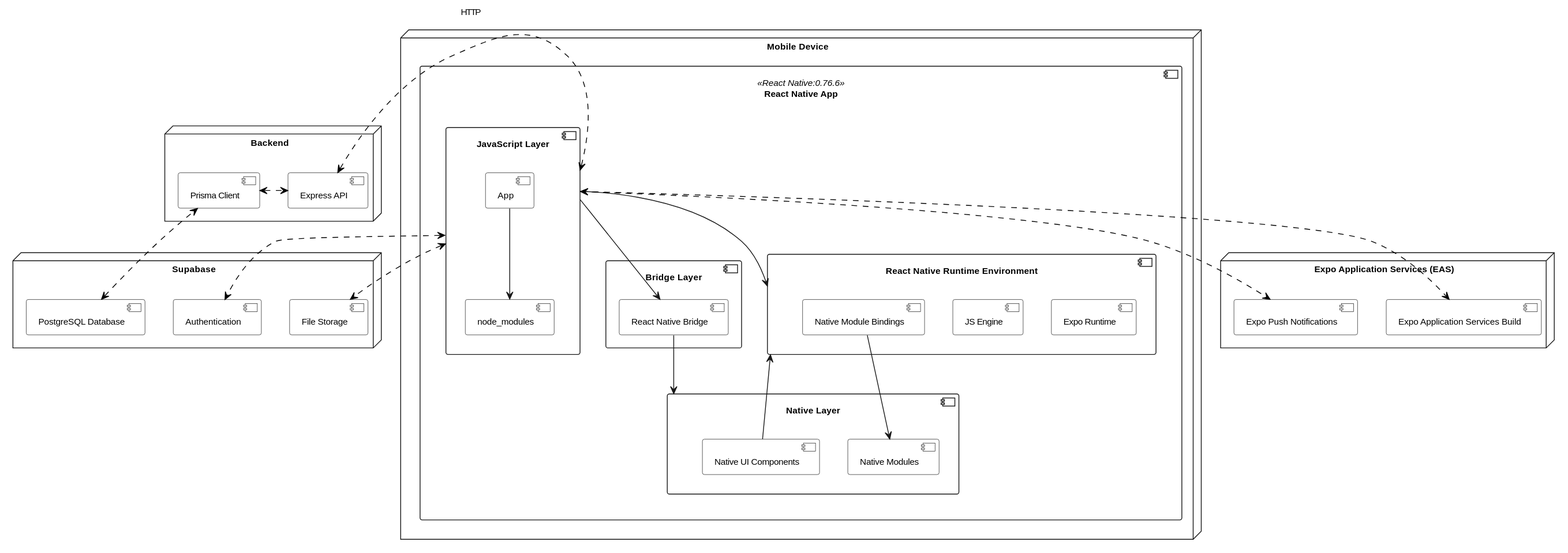
valeraruggierotesisucv/tesis-frameworks-mobile-diagrams keeps this PlantUML diagram as Diseño/React Native/diagramas/architecture_design.svg. Above is the earlier version.
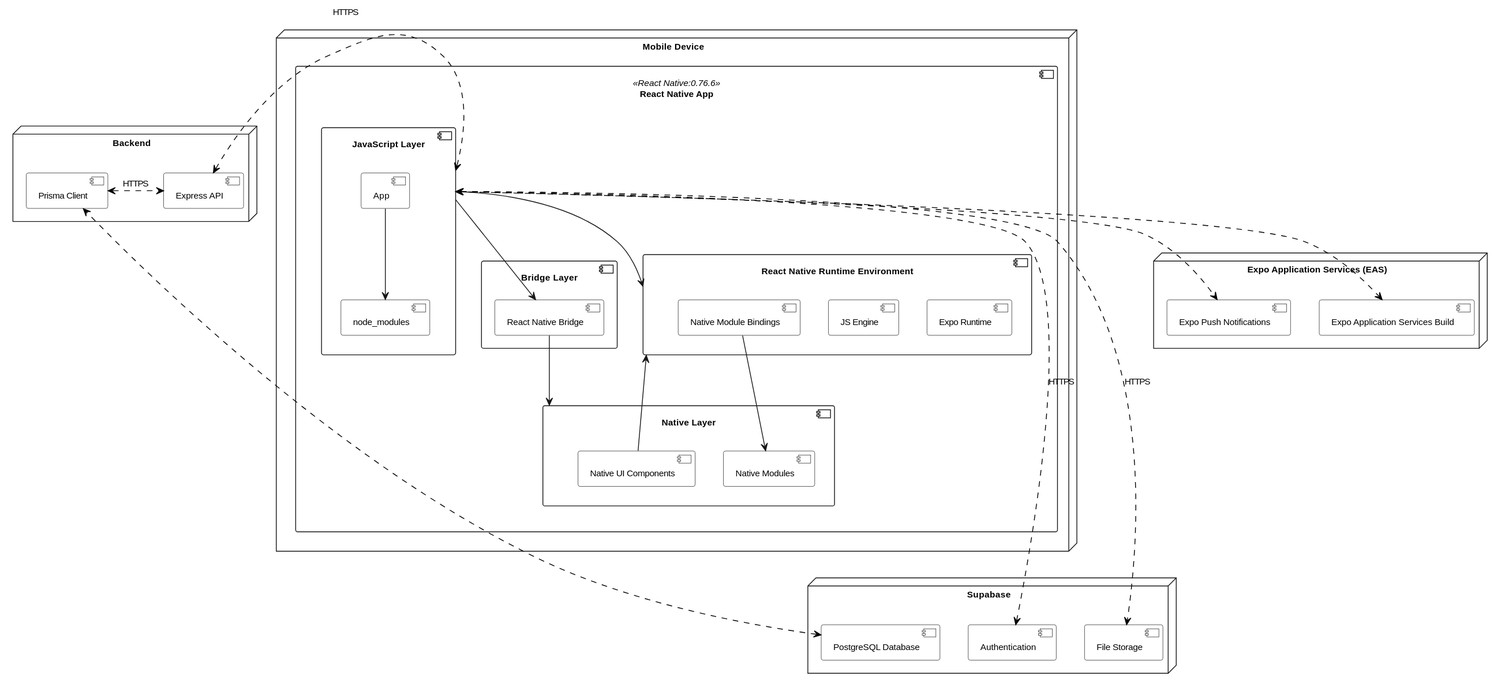
After the commit.

Diff of the diagram source:
```diff
@@ -51,12 +51,12 @@
     component "Expo Application Services Build" as expoApplicationServicesBuild
 }
 
-jsLayer <..[#000000]l..> expressAPI : <font color=000000>HTTP</font>
+jsLayer <..[#000000]l..> expressAPI : <font color=000000>HTTPS</font>
 prismaClient <.[#000000]u.> postgresDB
-jsLayer <.[#000000]d.> fileStorage
-jsLayer <.[#000000]d.> auth
+jsLayer <..[#000000]d..> fileStorage : <font color=000000>HTTPS</font>
+jsLayer <..[#000000]d..> auth : <font color=000000>HTTPS</font>
 
-expressAPI <.[#000000]l.> prismaClient
+expressAPI <.[#000000]l.> prismaClient : <font color=000000>HTTPS</font>
 jsLayer <.[#000000]d.> expoPushNotifications
 jsLayer <.[#000000]d.> expoApplicationServicesBuild
 @enduml
```
